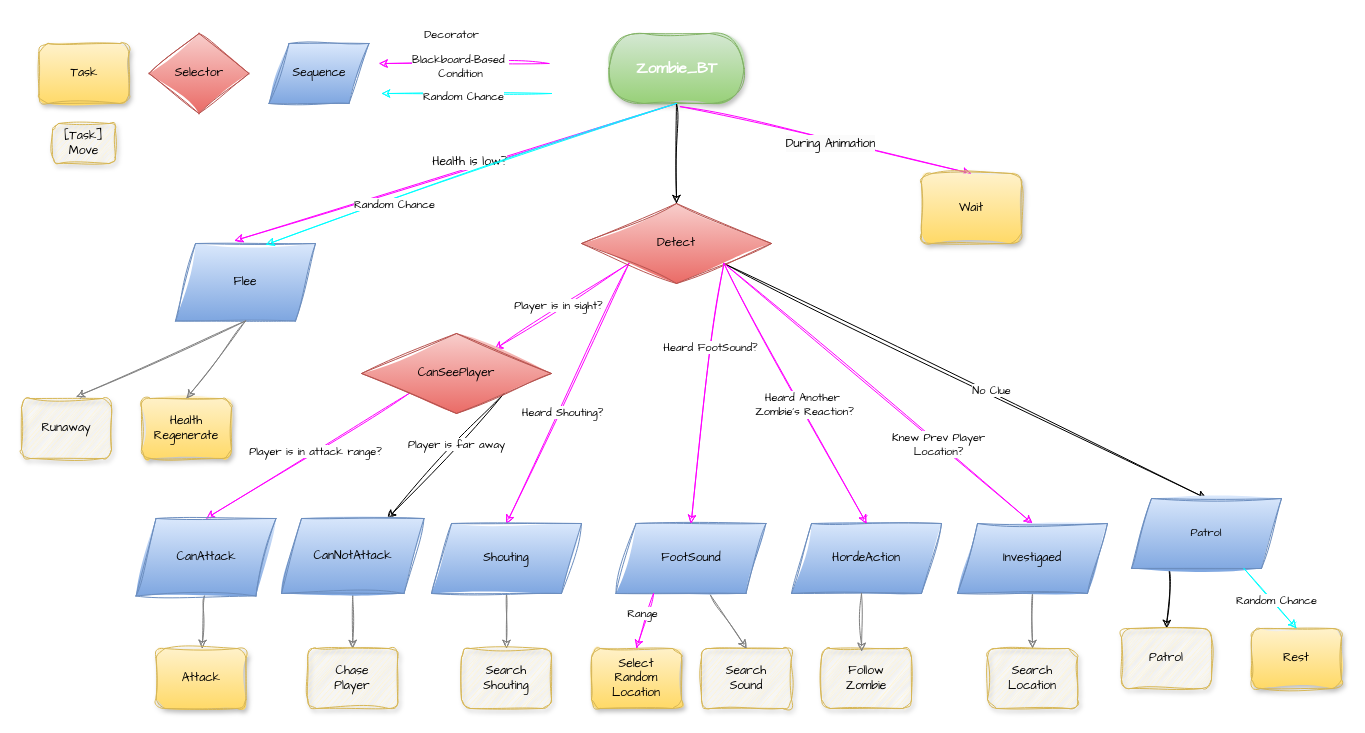
Earlier version of the draw.io diagram JungSeungWon/기타/Zombie_BT.drawio (2023gamedev/project). Source tidied: cells renumbered, new cells numbered last; positions are measured from the earlier drawing's top-left corner, leaving out a move shared by most shapes. Both pictures are drawn from the tidied source at 100%, with x=0, y=0 at pixel (21, 33).
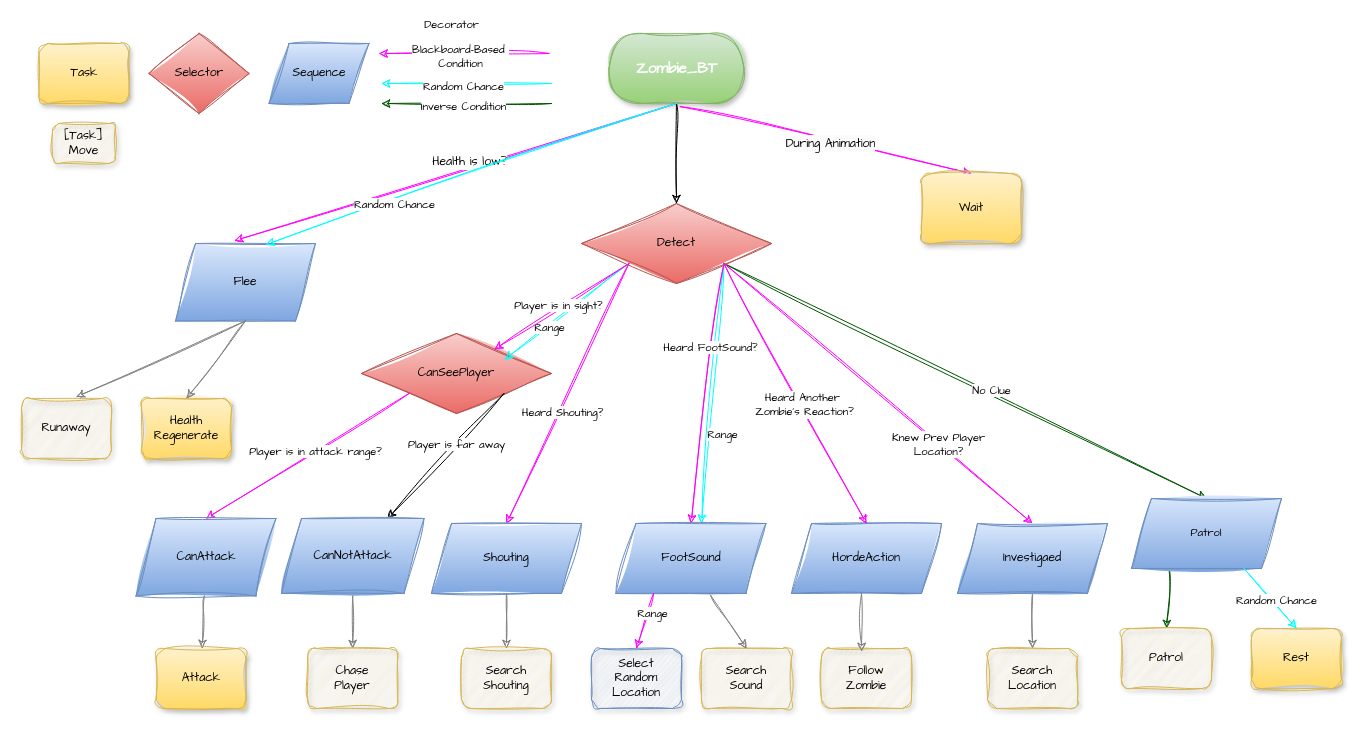
After the change.

The change refers to these unchanged cells:
```xml
<mxCell id="12" value="Detect" style="rhombus;whiteSpace=wrap;html=1;sketch=1;hachureGap=4;jiggle=2;curveFitting=1;fontFamily=Architects Daughter;fillColor=#f8cecc;gradientColor=#ea6b66;strokeColor=#b85450;" parent="1" vertex="1">
  <mxGeometry x="560" y="170" width="190" height="80" as="geometry" />
</mxCell>
<mxCell id="23" value="FootSound" style="shape=parallelogram;perimeter=parallelogramPerimeter;whiteSpace=wrap;html=1;fixedSize=1;sketch=1;hachureGap=4;jiggle=2;curveFitting=1;fontFamily=Architects Daughter;fillColor=#dae8fc;gradientColor=#7ea6e0;strokeColor=#6c8ebf;" parent="1" vertex="1">
  <mxGeometry x="594.5" y="490" width="150" height="70" as="geometry" />
</mxCell>
<mxCell id="25" value="&lt;span style=&quot;font-size: 11px; text-wrap-mode: nowrap;&quot;&gt;Patrol&lt;/span&gt;" style="shape=parallelogram;perimeter=parallelogramPerimeter;whiteSpace=wrap;html=1;fixedSize=1;sketch=1;hachureGap=4;jiggle=2;curveFitting=1;fontFamily=Architects Daughter;fillColor=#dae8fc;gradientColor=#7ea6e0;strokeColor=#6c8ebf;align=center;verticalAlign=middle;fontSize=12;fontColor=default;" parent="1" vertex="1">
  <mxGeometry x="1110" y="465" width="150" height="70" as="geometry" />
</mxCell>
<mxCell id="39" value="&lt;div&gt;Patrol&lt;/div&gt;" style="whiteSpace=wrap;html=1;rounded=1;shadow=1;labelBackgroundColor=none;strokeWidth=1;fontFamily=Architects Daughter;fontSize=12;align=center;sketch=1;curveFitting=1;jiggle=2;fillColor=#fff2cc;gradientColor=#ffd966;strokeColor=#d6b656;fillStyle=hachure;verticalAlign=middle;fontColor=default;" parent="1" vertex="1">
  <mxGeometry x="1100" y="595" width="90" height="60" as="geometry" />
</mxCell>
<mxCell id="66" style="rounded=0;sketch=1;hachureGap=4;jiggle=2;curveFitting=1;jettySize=auto;html=1;exitX=0.25;exitY=1;exitDx=0;exitDy=0;fontFamily=Architects Daughter;anchorPointDirection=1;startFill=1;simplification=0;arcSize=20;fillOpacity=100;strokeOpacity=100;perimeterSpacing=0;orthogonal=0;jumpStyle=none;fillColor=#d5e8d4;gradientColor=#97d077;strokeColor=#FF00FF;entryX=0.5;entryY=0;entryDx=0;entryDy=0;" parent="1" edge="1" source="23" target="65">
  <mxGeometry relative="1" as="geometry" />
</mxCell>
```

What changed in the source:
```diff
@@
+    <mxCell id="70" style="rounded=0;sketch=1;hachureGap=4;jiggle=2;curveFitting=1;jettySize=auto;html=1;exitX=1;exitY=1;exitDx=0;exitDy=0;fontFamily=Architects Daughter;fillColor=#d5e8d4;gradientColor=#97d077;strokeColor=#00FFFF;" parent="1" edge="1" source="12">
+      <mxGeometry relative="1" as="geometry">
+        <mxPoint x="680" y="490" as="targetPoint" />
+      </mxGeometry>
+    </mxCell>
+    <mxCell id="71" value="Range" style="edgeLabel;html=1;align=center;verticalAlign=middle;sketch=1;hachureGap=4;jiggle=2;curveFitting=1;fontFamily=Architects Daughter;" parent="70" vertex="1">
+      <mxGeometry x="0.26" relative="1" as="geometry">
+        <mxPoint x="12" y="7" as="offset" />
+      </mxGeometry>
+    </mxCell>
+    <mxCell id="26" style="rounded=0;sketch=1;hachureGap=4;jiggle=2;curveFitting=1;jettySize=auto;html=1;exitX=1;exitY=1;exitDx=0;exitDy=0;entryX=0.5;entryY=0;entryDx=0;entryDy=0;fontFamily=Architects Daughter;fillColor=#d5e8d4;gradientColor=#97d077;strokeColor=#FF00FF;" parent="1" edge="1" source="12" target="23">
+      <mxGeometry relative="1" as="geometry" />
+    </mxCell>
+    <mxCell id="27" value="Heard FootSound?" style="edgeLabel;html=1;align=center;verticalAlign=middle;sketch=1;hachureGap=4;jiggle=2;curveFitting=1;fontFamily=Architects Daughter;" parent="26" vertex="1">
+      <mxGeometry x="-0.35" y="-3" relative="1" as="geometry" />
+    </mxCell>
+    <mxCell id="17" value="CanSeePlayer" style="rhombus;whiteSpace=wrap;html=1;sketch=1;hachureGap=4;jiggle=2;curveFitting=1;fontFamily=Architects Daughter;fillColor=#f8cecc;gradientColor=#ea6b66;strokeColor=#b85450;" parent="1" vertex="1">
+      <mxGeometry x="340" y="300" width="190" height="80" as="geometry" />
+    </mxCell>
+    <mxCell id="72" style="rounded=0;sketch=1;hachureGap=4;jiggle=2;curveFitting=1;jettySize=auto;html=1;exitX=0;exitY=1;exitDx=0;exitDy=0;fontFamily=Architects Daughter;anchorPointDirection=1;startFill=1;simplification=0;arcSize=20;fillOpacity=100;strokeOpacity=100;perimeterSpacing=0;orthogonal=0;jumpStyle=none;fillColor=#d5e8d4;gradientColor=#97d077;strokeColor=#00FFFF;" parent="1" edge="1" source="12">
+      <mxGeometry relative="1" as="geometry">
+        <mxPoint x="483" y="326" as="targetPoint" />
+      </mxGeometry>
+    </mxCell>
+    <mxCell id="73" value="Range" style="edgeLabel;html=1;align=center;verticalAlign=middle;sketch=1;hachureGap=4;jiggle=2;curveFitting=1;fontFamily=Architects Daughter;" parent="72" vertex="1">
+      <mxGeometry x="0.3" y="1" relative="1" as="geometry" />
+    </mxCell>
@@
-    <mxCell id="6" style="rounded=0;sketch=1;hachureGap=4;jiggle=2;curveFitting=1;jettySize=auto;html=1;exitX=1;exitY=1;exitDx=0;exitDy=0;entryX=0.5;entryY=0;entryDx=0;entryDy=0;fontFamily=Architects Daughter;fillColor=#d5e8d4;gradientColor=#97d077;strokeColor=#000000;" parent="1" edge="1" source="12" target="25">
+    <mxCell id="6" style="rounded=0;sketch=1;hachureGap=4;jiggle=2;curveFitting=1;jettySize=auto;html=1;exitX=1;exitY=1;exitDx=0;exitDy=0;entryX=0.5;entryY=0;entryDx=0;entryDy=0;fontFamily=Architects Daughter;fillColor=#008a00;strokeColor=#005700;" parent="1" edge="1" source="12" target="25">
       <mxGeometry relative="1" as="geometry" />
     </mxCell>
@@
-    <mxCell id="17" value="CanSeePlayer" style="rhombus;whiteSpace=wrap;html=1;sketch=1;hachureGap=4;jiggle=2;curveFitting=1;fontFamily=Architects Daughter;fillColor=#f8cecc;gradientColor=#ea6b66;strokeColor=#b85450;" parent="1" vertex="1">
-      <mxGeometry x="340" y="300" width="190" height="80" as="geometry" />
-    </mxCell>
@@
-    <mxCell id="24" style="rounded=0;sketch=1;hachureGap=4;jiggle=2;curveFitting=1;jettySize=auto;html=1;exitX=0.25;exitY=1;exitDx=0;exitDy=0;entryX=0.5;entryY=0;entryDx=0;entryDy=0;fontFamily=Architects Daughter;strokeColor=#000000;" parent="1" edge="1" source="25" target="39">
+    <mxCell id="24" style="rounded=0;sketch=1;hachureGap=4;jiggle=2;curveFitting=1;jettySize=auto;html=1;exitX=0.25;exitY=1;exitDx=0;exitDy=0;entryX=0.5;entryY=0;entryDx=0;entryDy=0;fontFamily=Architects Daughter;strokeColor=#005700;fillColor=#008a00;" parent="1" edge="1" source="25" target="39">
       <mxGeometry relative="1" as="geometry" />
     </mxCell>
@@
-    <mxCell id="26" style="rounded=0;sketch=1;hachureGap=4;jiggle=2;curveFitting=1;jettySize=auto;html=1;exitX=1;exitY=1;exitDx=0;exitDy=0;entryX=0.5;entryY=0;entryDx=0;entryDy=0;fontFamily=Architects Daughter;fillColor=#d5e8d4;gradientColor=#97d077;strokeColor=#FF00FF;" parent="1" edge="1" source="12" target="23">
-      <mxGeometry relative="1" as="geometry" />
-    </mxCell>
-    <mxCell id="27" value="Heard FootSound?" style="edgeLabel;html=1;align=center;verticalAlign=middle;sketch=1;hachureGap=4;jiggle=2;curveFitting=1;fontFamily=Architects Daughter;" parent="26" vertex="1">
-      <mxGeometry x="-0.35" y="-3" relative="1" as="geometry" />
-    </mxCell>
@@
     <mxCell id="40" style="rounded=0;sketch=1;hachureGap=4;jiggle=2;curveFitting=1;orthogonalLoop=1;jettySize=auto;html=1;fontFamily=Architects Daughter;anchorPointDirection=1;startFill=1;simplification=0;arcSize=20;fillOpacity=100;strokeOpacity=100;perimeterSpacing=0;orthogonal=0;jumpStyle=none;strokeColor=#FF00FF;fillColor=#e3c800;" parent="1" edge="1">
       <mxGeometry relative="1" as="geometry">
-        <mxPoint x="527.5" y="30" as="sourcePoint" />
-        <mxPoint x="357.5" y="30" as="targetPoint" />
+        <mxPoint x="527.5" y="20" as="sourcePoint" />
+        <mxPoint x="357.5" y="20" as="targetPoint" />
       </mxGeometry>
     </mxCell>
@@
     <mxCell id="45" value="Decorator" style="edgeLabel;html=1;align=center;verticalAlign=middle;sketch=1;hachureGap=4;jiggle=2;curveFitting=1;fontFamily=Architects Daughter;" parent="1" vertex="1">
-      <mxGeometry x="429.5" as="geometry" />
+      <mxGeometry x="429.5" y="-10" as="geometry" />
     </mxCell>
     <mxCell id="46" style="rounded=0;sketch=1;hachureGap=4;jiggle=2;curveFitting=1;orthogonalLoop=1;jettySize=auto;html=1;fontFamily=Architects Daughter;anchorPointDirection=1;startFill=1;simplification=0;arcSize=20;fillOpacity=100;strokeOpacity=100;perimeterSpacing=0;orthogonal=0;jumpStyle=none;fillColor=#b0e3e6;strokeColor=#00FFFF;" parent="1" edge="1">
       <mxGeometry relative="1" as="geometry">
-        <mxPoint x="530" y="60" as="sourcePoint" />
-        <mxPoint x="360" y="60" as="targetPoint" />
+        <mxPoint x="530" y="50" as="sourcePoint" />
+        <mxPoint x="360" y="50" as="targetPoint" />
       </mxGeometry>
     </mxCell>
@@
-    <mxCell id="65" value="&lt;div&gt;Select&lt;br&gt;Random&lt;br&gt;Location&lt;/div&gt;" style="whiteSpace=wrap;html=1;rounded=1;shadow=1;labelBackgroundColor=none;strokeWidth=1;fontFamily=Architects Daughter;fontSize=12;align=center;sketch=1;curveFitting=1;jiggle=2;fillColor=#fff2cc;gradientColor=#ffd966;strokeColor=#d6b656;" parent="1" vertex="1">
+    <mxCell id="65" value="&lt;div&gt;Select&lt;br&gt;Random&lt;br&gt;Location&lt;/div&gt;" style="whiteSpace=wrap;html=1;rounded=1;shadow=1;labelBackgroundColor=none;strokeWidth=1;fontFamily=Architects Daughter;fontSize=12;align=center;sketch=1;curveFitting=1;jiggle=2;fillColor=#dae8fc;strokeColor=#6c8ebf;" parent="1" vertex="1">
       <mxGeometry x="570" y="615" width="90" height="60" as="geometry" />
     </mxCell>
@@
     <mxCell id="67" value="Range" style="edgeLabel;html=1;align=center;verticalAlign=middle;sketch=1;hachureGap=4;jiggle=2;curveFitting=1;fontFamily=Architects Daughter;" parent="66" vertex="1">
       <mxGeometry x="0.03" y="-3" relative="1" as="geometry">
-        <mxPoint y="-8" as="offset" />
+        <mxPoint x="10" y="-8" as="offset" />
       </mxGeometry>
     </mxCell>
@@
+    <mxCell id="74" style="rounded=0;sketch=1;hachureGap=4;jiggle=2;curveFitting=1;orthogonalLoop=1;jettySize=auto;html=1;fontFamily=Architects Daughter;anchorPointDirection=1;startFill=1;simplification=0;arcSize=20;fillOpacity=100;strokeOpacity=100;perimeterSpacing=0;orthogonal=0;jumpStyle=none;fillColor=#008a00;strokeColor=#005700;" parent="1" edge="1">
+      <mxGeometry relative="1" as="geometry">
+        <mxPoint x="530" y="70" as="sourcePoint" />
+        <mxPoint x="360" y="70" as="targetPoint" />
+      </mxGeometry>
+    </mxCell>
+    <mxCell id="75" value="Inverse Condition" style="edgeLabel;html=1;align=center;verticalAlign=middle;sketch=1;hachureGap=4;jiggle=2;curveFitting=1;fontFamily=Architects Daughter;" parent="74" vertex="1">
+      <mxGeometry x="0.05" y="2" relative="1" as="geometry" />
+    </mxCell>
```
